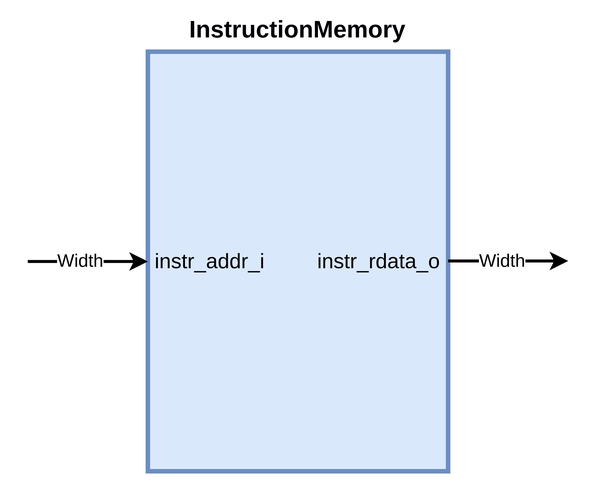
Before: xmint/design/InstructionMemory.png, a diagram exported from draw.io (Dark-GreenCat/xmint). Source tidied: cells renumbered, new cells last; positions are measured from the earlier drawing's top-left corner, leaving out a move shared by most shapes.
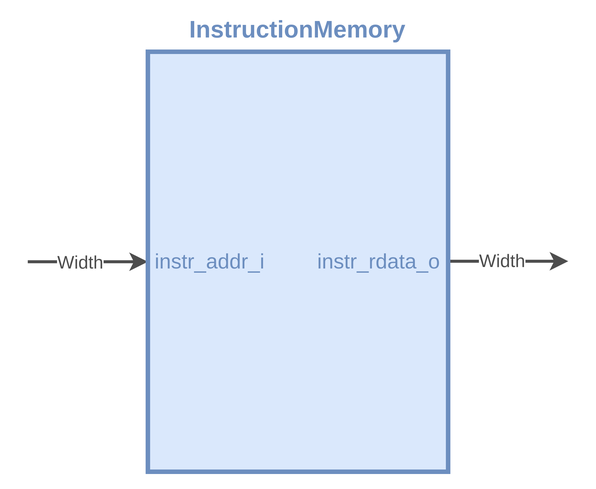
The same diagram one commit later.

The edit, as a diff of the source:
```diff
@@ -5,37 +5,37 @@
     <mxCell id="2" style="group;" parent="1" vertex="1">
       <mxGeometry width="360" height="300" as="geometry" />
     </mxCell>
-    <mxCell id="3" style="externalPins=0;shadow=0;dashed=0;align=center;html=1;strokeWidth=3;shape=mxgraph.rtl.abstract.entity;kind=sequential;drawPins=0;left=3;right=2;bottom=0;top=0;labelBackgroundColor=none;fillColor=#dae8fc;strokeColor=#6c8ebf;gradientColor=none;" parent="2" vertex="1">
-      <mxGeometry x="80" y="20" width="200" height="280" as="geometry" />
-    </mxCell>
-    <mxCell id="4" value="instr_addr_i" style="text;html=1;strokeColor=none;fillColor=none;align=left;verticalAlign=middle;whiteSpace=wrap;rounded=0;fontSize=14;" parent="3" vertex="1">
-      <mxGeometry x="3" y="125" width="60" height="30" as="geometry" />
-    </mxCell>
-    <mxCell id="5" value="instr_rdata_o" style="text;html=1;strokeColor=none;fillColor=none;align=right;verticalAlign=middle;whiteSpace=wrap;rounded=0;fontSize=14;" parent="3" vertex="1">
-      <mxGeometry x="137" y="125" width="60" height="30" as="geometry" />
-    </mxCell>
-    <mxCell id="6" style="endArrow=classic;html=1;entryX=0;entryY=0;entryDx=0;entryDy=140;entryPerimeter=0;strokeWidth=2;" parent="2" edge="1" target="3">
+    <mxCell id="6" style="endArrow=classic;html=1;entryX=0;entryY=0;entryDx=0;entryDy=140;entryPerimeter=0;strokeWidth=2;strokeColor=#4D4D4D;" parent="2" edge="1" target="3">
       <mxGeometry relative="1" as="geometry">
         <mxPoint y="160" as="sourcePoint" />
       </mxGeometry>
     </mxCell>
-    <mxCell id="7" value="Width" style="edgeLabel;html=1;align=center;verticalAlign=middle;fontSize=12;" parent="6" vertex="1">
+    <mxCell id="7" value="Width" style="edgeLabel;html=1;align=center;verticalAlign=middle;fontSize=12;fontColor=#4D4D4D;" parent="6" vertex="1">
       <mxGeometry x="-0.02" y="-1" relative="1" as="geometry">
         <mxPoint x="-5" y="-1" as="offset" />
       </mxGeometry>
     </mxCell>
-    <mxCell id="8" style="endArrow=classic;html=1;entryX=0;entryY=0;entryDx=0;entryDy=140;entryPerimeter=0;strokeWidth=2;" parent="2" edge="1">
+    <mxCell id="8" style="endArrow=classic;html=1;entryX=0;entryY=0;entryDx=0;entryDy=140;entryPerimeter=0;strokeWidth=2;strokeColor=#4D4D4D;" parent="2" edge="1">
       <mxGeometry relative="1" as="geometry">
         <mxPoint x="280" y="159.7" as="sourcePoint" />
         <mxPoint x="360" y="159.7" as="targetPoint" />
       </mxGeometry>
     </mxCell>
-    <mxCell id="9" value="Width" style="edgeLabel;html=1;align=center;verticalAlign=middle;fontSize=12;" parent="8" vertex="1">
+    <mxCell id="9" value="Width" style="edgeLabel;html=1;align=center;verticalAlign=middle;fontSize=12;fontColor=#4D4D4D;" parent="8" vertex="1">
       <mxGeometry x="0.21" y="1" relative="1" as="geometry">
         <mxPoint x="-13" y="1" as="offset" />
       </mxGeometry>
     </mxCell>
+    <mxCell id="3" style="externalPins=0;shadow=0;dashed=0;align=center;html=1;strokeWidth=3;shape=mxgraph.rtl.abstract.entity;kind=sequential;drawPins=0;left=3;right=2;bottom=0;top=0;labelBackgroundColor=none;fillColor=#dae8fc;strokeColor=#6c8ebf;gradientColor=none;" parent="2" vertex="1">
+      <mxGeometry x="80" y="20" width="200" height="280" as="geometry" />
+    </mxCell>
+    <mxCell id="4" value="instr_addr_i" style="text;html=1;strokeColor=none;fillColor=none;align=left;verticalAlign=middle;whiteSpace=wrap;rounded=0;fontSize=14;fontColor=#6C8EBF;" parent="3" vertex="1">
+      <mxGeometry x="3" y="125" width="60" height="30" as="geometry" />
+    </mxCell>
+    <mxCell id="5" value="instr_rdata_o" style="text;html=1;strokeColor=none;fillColor=none;align=right;verticalAlign=middle;whiteSpace=wrap;rounded=0;fontSize=14;fontColor=#6C8EBF;" parent="3" vertex="1">
+      <mxGeometry x="137" y="125" width="60" height="30" as="geometry" />
+    </mxCell>
-    <mxCell id="10" value="InstructionMemory" style="text;html=1;strokeColor=none;fillColor=none;align=center;verticalAlign=middle;whiteSpace=wrap;rounded=0;fontStyle=1;fontSize=16;fontColor=#000006;" parent="2" vertex="1">
+    <mxCell id="10" value="InstructionMemory" style="text;html=1;strokeColor=none;fillColor=none;align=center;verticalAlign=middle;whiteSpace=wrap;rounded=0;fontStyle=1;fontSize=16;fontColor=#6C8EBF;" parent="2" vertex="1">
       <mxGeometry x="150" width="60" height="10" as="geometry" />
     </mxCell>
   </root>
```
